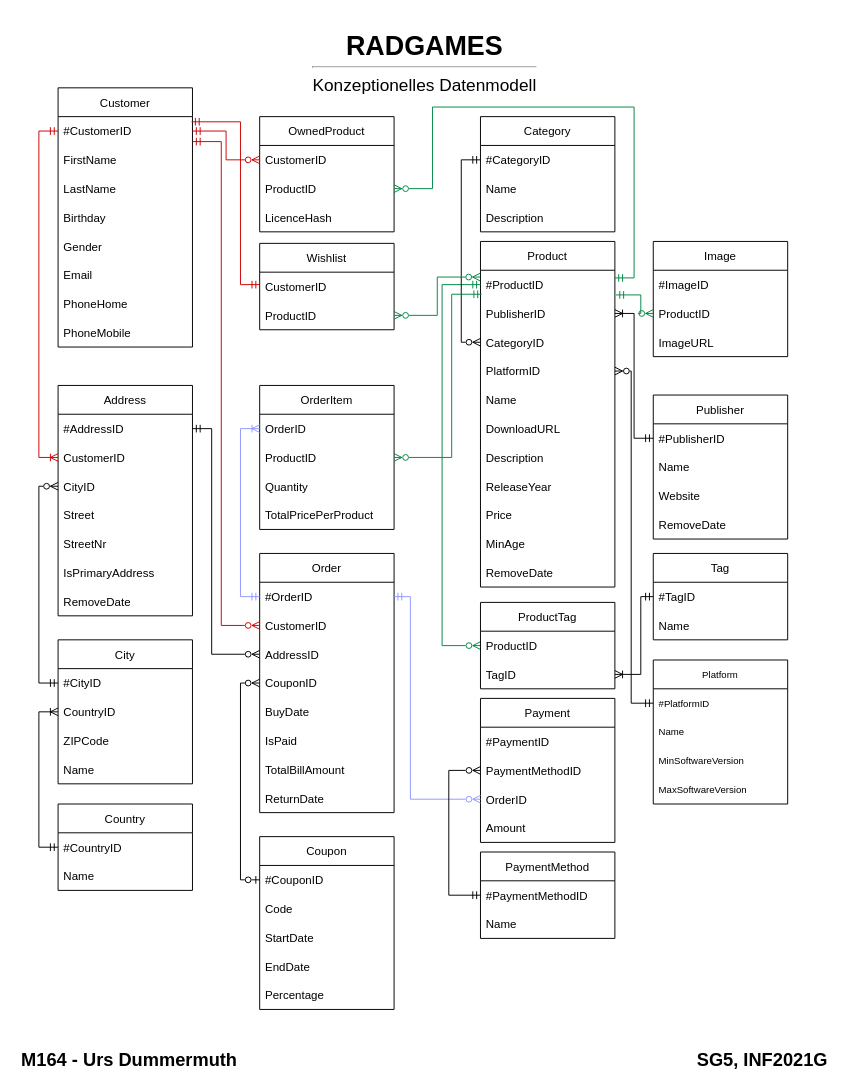
Before: page "Konzeptionell" (1 of 3) of Konzepte/Datenmodell.drawio in TD99/gibb-m164, a draw.io diagram. Source tidied: cells renumbered, new cells numbered last; positions are measured from the earlier drawing's top-left corner, leaving out a move shared by most shapes. Both pictures are drawn from the tidied source at 96%, with x=0, y=0 at pixel (16, 26).
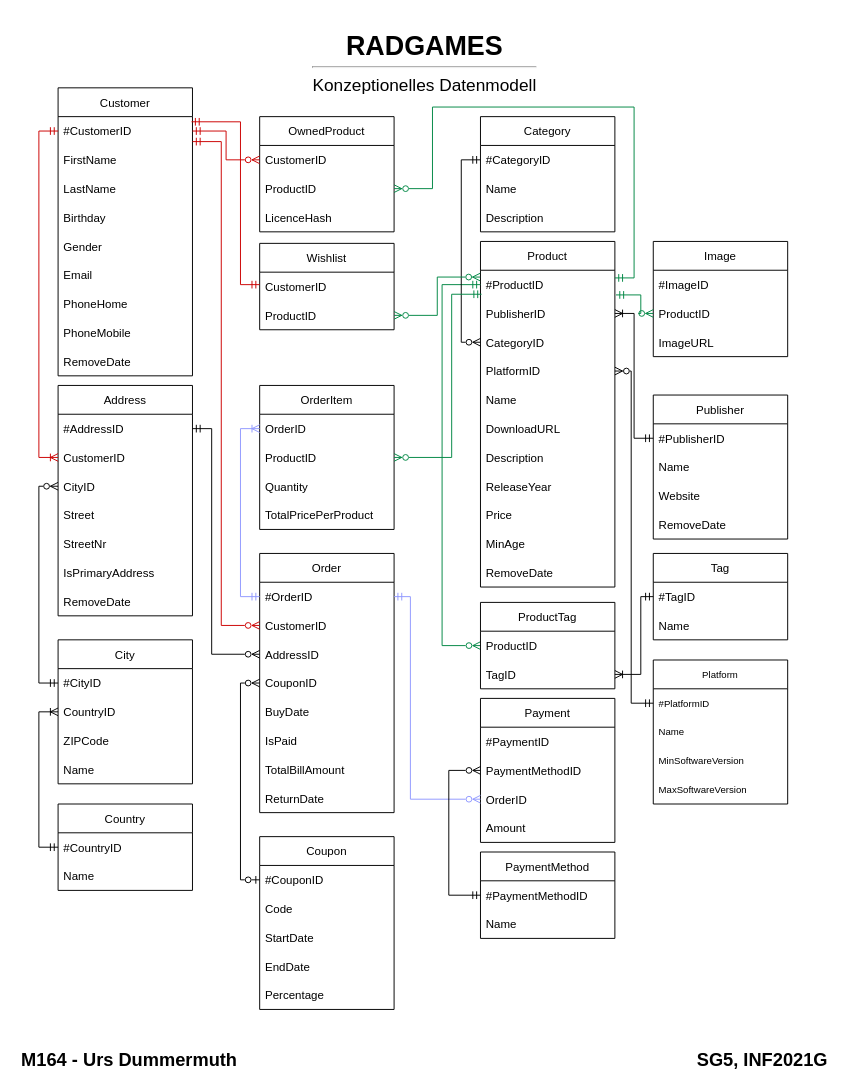
The same page after the edit.

Diff of the diagram source:
```diff
@@
     <mxCell id="2" value="Customer" style="swimlane;fontStyle=0;horizontal=1;startSize=30;fillColor=none;" parent="1" vertex="1">
-      <mxGeometry x="43" y="64" width="140" height="270" as="geometry" />
+      <mxGeometry x="43" y="64" width="140" height="300" as="geometry" />
     </mxCell>
@@
+    <mxCell id="121" value="RemoveDate" style="text;strokeColor=none;fillColor=none;align=left;verticalAlign=middle;spacingLeft=4;spacingRight=4;overflow=hidden;" parent="2" vertex="1">
+      <mxGeometry y="270" width="140" height="30" as="geometry" />
+    </mxCell>
```
